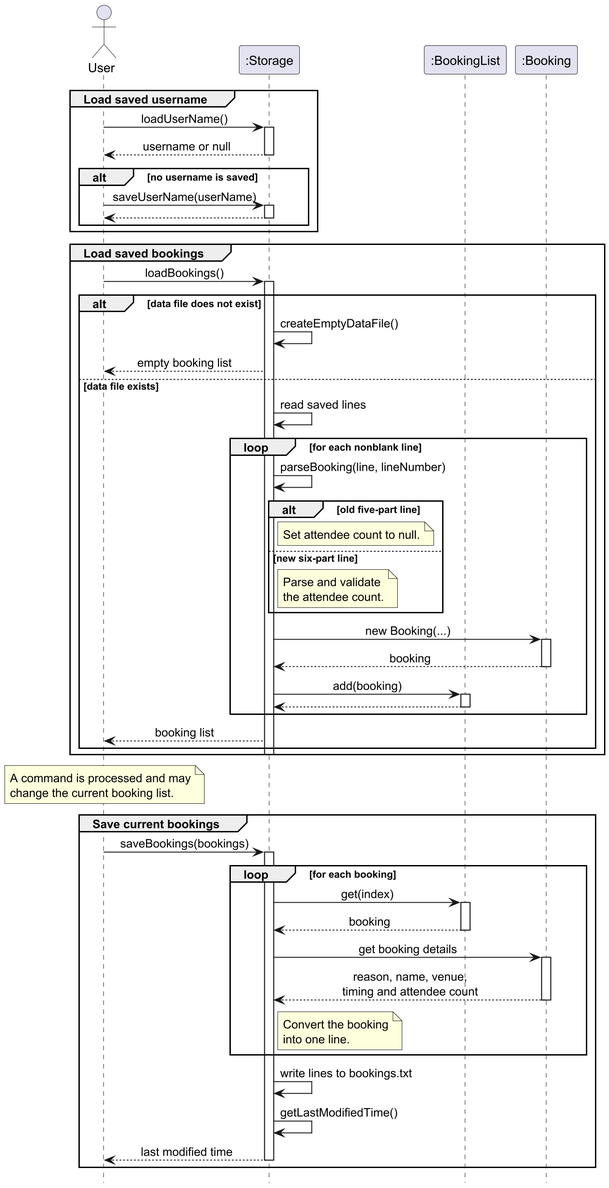
Before: docs/UMLDiagrams/StorageSequenceDiagram.png, a diagram exported from PlantUML (AY2627S1-CS2113-W14-2/tp).
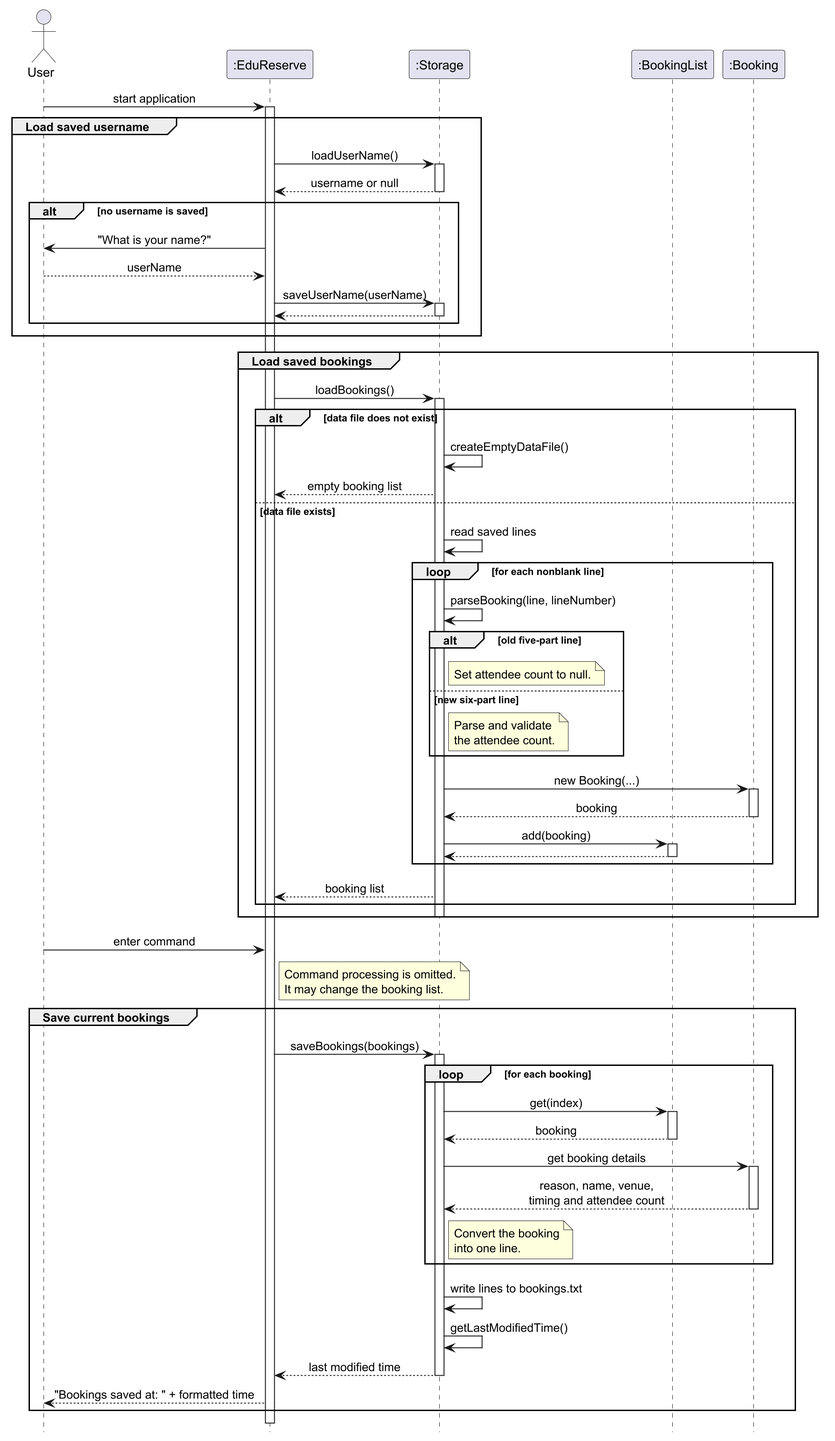
Above is the later version.

Commit message:
Fix storage sequence diagram

What changed in the source:
```diff
@@ -4,33 +4,40 @@
 hide footbox
 
 actor User
+participant ":EduReserve" as App
 participant ":Storage" as Storage
 participant ":BookingList" as Bookings
 participant ":Booking" as Booking
 
 
+User -> App: start application
+activate App
+
 group Load saved username
-    User -> Storage: loadUserName()
+    App -> Storage: loadUserName()
     activate Storage
 
-    Storage --> User: username or null
+    Storage --> App: username or null
     deactivate Storage
 
     alt no username is saved
-        User -> Storage: saveUserName(userName)
+        App -> User: "What is your name?"
+        User --> App: userName
+
+        App -> Storage: saveUserName(userName)
         activate Storage
-        Storage --> User
+        Storage --> App
         deactivate Storage
     end
 end
 
 group Load saved bookings
-    User -> Storage: loadBookings()
+    App -> Storage: loadBookings()
     activate Storage
 
     alt data file does not exist
         Storage -> Storage: createEmptyDataFile()
-        Storage --> User: empty booking list
+        Storage --> App: empty booking list
     else data file exists
         Storage -> Storage: read saved lines
 
@@ -59,19 +66,20 @@
             deactivate Bookings
         end
 
-        Storage --> User: booking list
+        Storage --> App: booking list
     end
 
     deactivate Storage
 end
 
-note over User
-    A command is processed and may
-    change the current booking list.
+User -> App: enter command
+note right of App
+    Command processing is omitted.
+    It may change the booking list.
 end note
 
 group Save current bookings
-    User -> Storage: saveBookings(bookings)
+    App -> Storage: saveBookings(bookings)
     activate Storage
 
     loop for each booking
@@ -93,8 +101,11 @@
 
     Storage -> Storage: write lines to bookings.txt
     Storage -> Storage: getLastModifiedTime()
-    Storage --> User: last modified time
+    Storage --> App: last modified time
     deactivate Storage
+
+    App --> User: "Bookings saved at: " + formatted time
 end
 
+deactivate App
 @enduml
```
